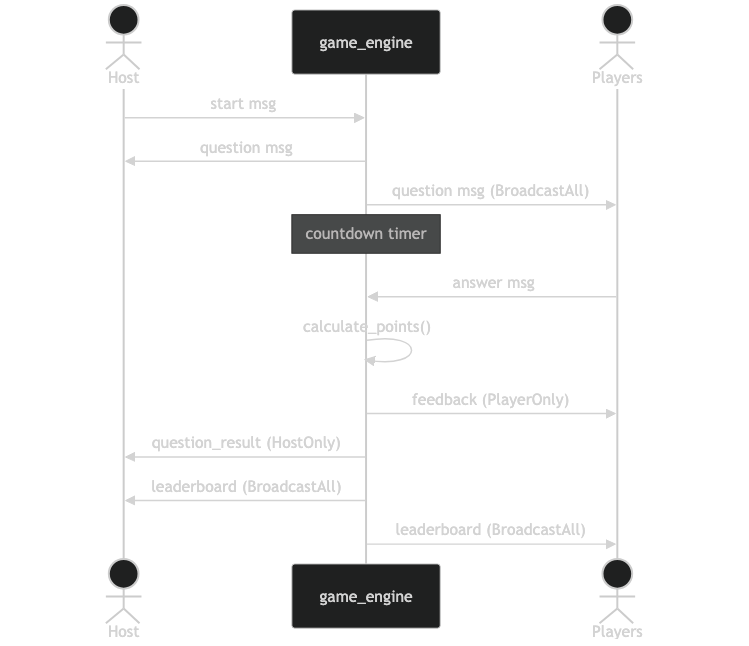
This is docs/images/flow-question.png from campeis/quiz-game, a Mermaid export, as it was before one commit. Its source is kept beside it as docs/diagrams/flow-question.mmd.
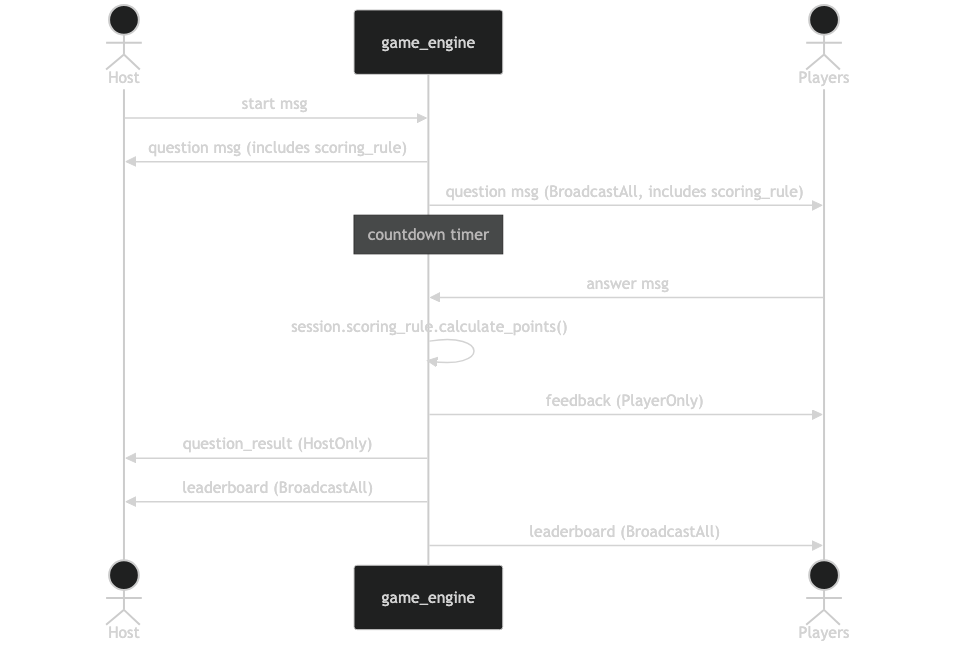
Later version of the same file.

What changed in the source:
```diff
@@ -4,11 +4,11 @@
     actor PL as Players
 
     H->>GE: start msg
-    GE->>H: question msg
-    GE->>PL: question msg (BroadcastAll)
+    GE->>H: question msg (includes scoring_rule)
+    GE->>PL: question msg (BroadcastAll, includes scoring_rule)
     Note over GE: countdown timer
     PL->>GE: answer msg
-    GE->>GE: calculate_points()
+    GE->>GE: session.scoring_rule.calculate_points()
     GE->>PL: feedback (PlayerOnly)
     GE->>H: question_result (HostOnly)
     GE->>H: leaderboard (BroadcastAll)
```
